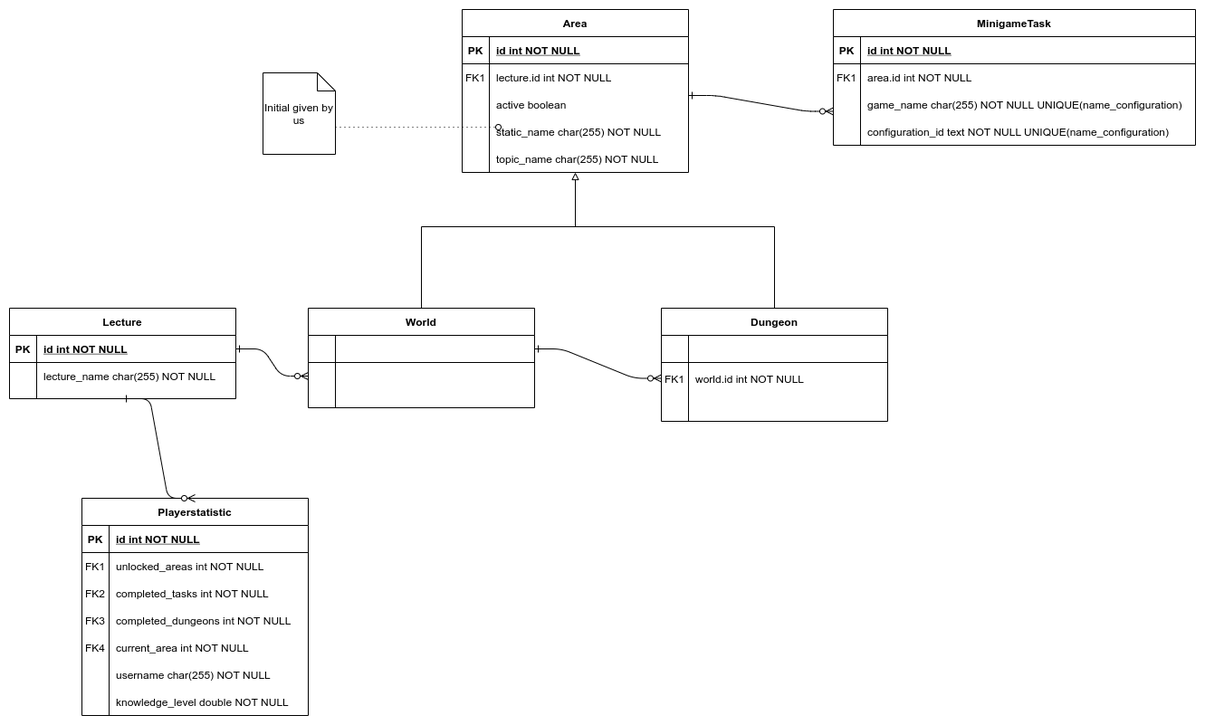
The draw.io diagram dev-manuals/services/overworld/database-model/database-model.png in Gamify-IT/docs, before a commit. Source tidied: cells renumbered, new cells last; positions are measured from the earlier drawing's top-left corner, leaving out a move shared by most shapes.
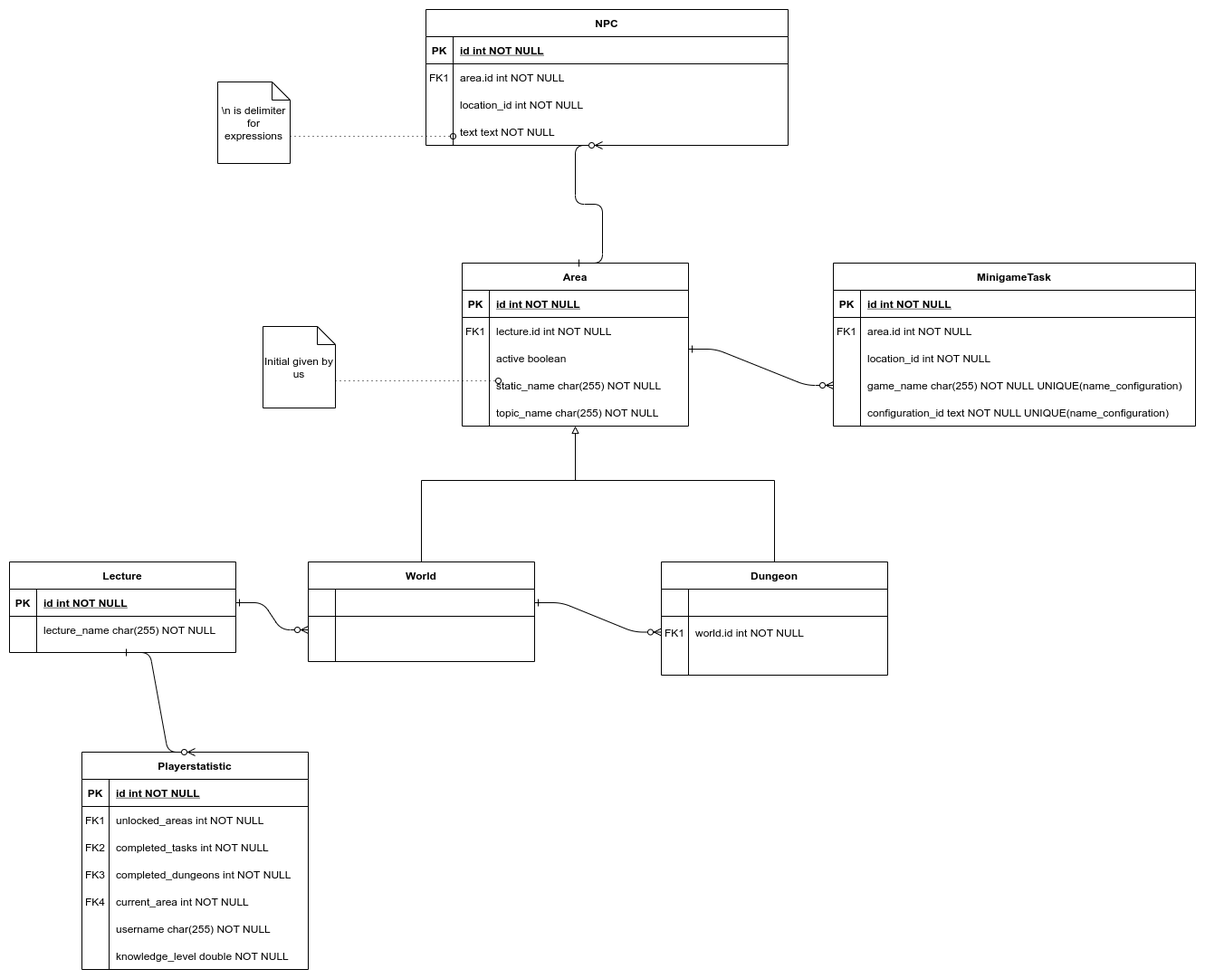
The same diagram one commit later.

Commit message:
add NPC table

Diff of the diagram source:
```diff
@@ -154,7 +154,7 @@
       <mxGeometry x="530" y="150" width="220" height="30" as="geometry" />
     </mxCell>
     <mxCell id="47" value="MinigameTask" style="shape=table;startSize=30;rowLines=0;fontStyle=1;align=center;" parent="1" vertex="1">
-      <mxGeometry x="910" width="400" height="150" as="geometry" />
+      <mxGeometry x="910" width="400" height="180" as="geometry" />
     </mxCell>
     <mxCell id="48" style="shape=partialRectangle;fillColor=none;top=0;left=0;right=0;bottom=1;" parent="47" vertex="1">
       <mxGeometry y="30" width="400" height="30" as="geometry" />
@@ -180,11 +180,11 @@
     <mxCell id="55" style="shape=partialRectangle;overflow=hidden;fillColor=none;top=0;left=0;bottom=0;right=0;" parent="54" vertex="1">
       <mxGeometry width="30" height="30" as="geometry" />
     </mxCell>
-    <mxCell id="56" value="game_name char(255) NOT NULL UNIQUE(name_configuration)" style="shape=partialRectangle;overflow=hidden;fillColor=none;top=0;left=0;bottom=0;right=0;align=left;spacingLeft=6;" parent="54" vertex="1">
+    <mxCell id="56" value="location_id int NOT NULL" style="shape=partialRectangle;overflow=hidden;fillColor=none;top=0;left=0;bottom=0;right=0;align=left;spacingLeft=6;" parent="54" vertex="1">
       <mxGeometry x="30" width="370" height="30" as="geometry" />
     </mxCell>
     <mxCell id="57" value="configuration_id text NOT NULL UNIQUE(name_configuration)" style="shape=partialRectangle;overflow=hidden;fillColor=none;top=0;left=0;bottom=0;right=0;align=left;spacingLeft=6;" parent="1" vertex="1">
-      <mxGeometry x="940" y="120" width="360" height="30" as="geometry" />
+      <mxGeometry x="940" y="150" width="360" height="30" as="geometry" />
     </mxCell>
     <mxCell id="58" style="edgeStyle=entityRelationEdgeStyle;endArrow=ERzeroToMany;startArrow=ERone;endFill=1;startFill=0;entryX=0;entryY=0.75;entryDx=0;entryDy=0;" parent="1" edge="1" target="47">
       <mxGeometry relative="1" as="geometry">
@@ -248,5 +248,58 @@
     <mxCell id="77" style="edgeStyle=entityRelationEdgeStyle;endArrow=ERzeroToMany;startArrow=ERone;endFill=1;startFill=0;exitX=0.5;exitY=1;exitDx=0;exitDy=0;entryX=0.5;entryY=0;entryDx=0;entryDy=0;" parent="1" edge="1" source="25" target="59">
       <mxGeometry relative="1" as="geometry" />
     </mxCell>
+    <mxCell id="78" value="NPC" style="shape=table;startSize=30;rowLines=0;fontStyle=1;align=center;" parent="1" vertex="1">
+      <mxGeometry x="460" y="-280" width="400" height="150" as="geometry" />
+    </mxCell>
+    <mxCell id="79" style="shape=partialRectangle;fillColor=none;top=0;left=0;right=0;bottom=1;" parent="78" vertex="1">
+      <mxGeometry y="30" width="400" height="30" as="geometry" />
+    </mxCell>
+    <mxCell id="80" value="PK" style="shape=partialRectangle;overflow=hidden;fillColor=none;top=0;left=0;bottom=0;right=0;fontStyle=1;" parent="79" vertex="1">
+      <mxGeometry width="30" height="30" as="geometry" />
+    </mxCell>
+    <mxCell id="81" value="id int NOT NULL " style="shape=partialRectangle;overflow=hidden;fillColor=none;top=0;left=0;bottom=0;right=0;align=left;spacingLeft=6;fontStyle=5;" parent="79" vertex="1">
+      <mxGeometry x="30" width="370" height="30" as="geometry" />
+    </mxCell>
+    <mxCell id="82" style="shape=partialRectangle;fillColor=none;top=0;left=0;right=0;bottom=0;" parent="78" vertex="1">
+      <mxGeometry y="60" width="400" height="30" as="geometry" />
+    </mxCell>
+    <mxCell id="83" value="FK1" style="shape=partialRectangle;overflow=hidden;fillColor=none;top=0;left=0;bottom=0;right=0;" parent="82" vertex="1">
+      <mxGeometry width="30" height="30" as="geometry" />
+    </mxCell>
+    <mxCell id="84" value="area.id int NOT NULL" style="shape=partialRectangle;overflow=hidden;fillColor=none;top=0;left=0;bottom=0;right=0;align=left;spacingLeft=6;" parent="82" vertex="1">
+      <mxGeometry x="30" width="370" height="30" as="geometry" />
+    </mxCell>
+    <mxCell id="85" style="shape=partialRectangle;fillColor=none;top=0;left=0;right=0;bottom=0;" parent="78" vertex="1">
+      <mxGeometry y="90" width="400" height="30" as="geometry" />
+    </mxCell>
+    <mxCell id="86" style="shape=partialRectangle;overflow=hidden;fillColor=none;top=0;left=0;bottom=0;right=0;" parent="85" vertex="1">
+      <mxGeometry width="30" height="30" as="geometry" />
+    </mxCell>
+    <mxCell id="87" value="location_id int NOT NULL" style="shape=partialRectangle;overflow=hidden;fillColor=none;top=0;left=0;bottom=0;right=0;align=left;spacingLeft=6;" parent="85" vertex="1">
+      <mxGeometry x="30" width="370" height="30" as="geometry" />
+    </mxCell>
+    <mxCell id="88" value="text text NOT NULL" style="shape=partialRectangle;overflow=hidden;fillColor=none;top=0;left=0;bottom=0;right=0;align=left;spacingLeft=6;" parent="1" vertex="1">
+      <mxGeometry x="490" y="-160" width="370" height="30" as="geometry" />
+    </mxCell>
+    <mxCell id="89" value="game_name char(255) NOT NULL UNIQUE(name_configuration)" style="shape=partialRectangle;overflow=hidden;fillColor=none;top=0;left=0;bottom=0;right=0;align=left;spacingLeft=6;" parent="1" vertex="1">
+      <mxGeometry x="940" y="120" width="370" height="30" as="geometry" />
+    </mxCell>
+    <mxCell id="90" style="edgeStyle=entityRelationEdgeStyle;endArrow=ERzeroToMany;startArrow=ERone;endFill=1;startFill=0;exitX=0.5;exitY=0;exitDx=0;exitDy=0;" parent="1" edge="1" source="35">
+      <mxGeometry relative="1" as="geometry">
+        <mxPoint x="655" y="-130" as="targetPoint" />
+      </mxGeometry>
+    </mxCell>
+    <mxCell id="91" style="edgeStyle=orthogonalEdgeStyle;rounded=0;jettySize=auto;html=1;startArrow=none;startFill=0;endArrow=oval;endFill=0;dashed=1;dashPattern=1 4;" parent="1" edge="1" source="92">
+      <mxGeometry relative="1" as="geometry">
+        <mxPoint x="490" y="-140" as="targetPoint" />
+        <Array as="points">
+          <mxPoint x="360" y="-140" />
+          <mxPoint x="360" y="-140" />
+        </Array>
+      </mxGeometry>
+    </mxCell>
+    <mxCell id="92" value="\n is delimiter for expressions" style="shape=note;size=20;whiteSpace=wrap;html=1;" parent="1" vertex="1">
+      <mxGeometry x="230" y="-200" width="80" height="90" as="geometry" />
+    </mxCell>
   </root>
 </mxGraphModel>
```
